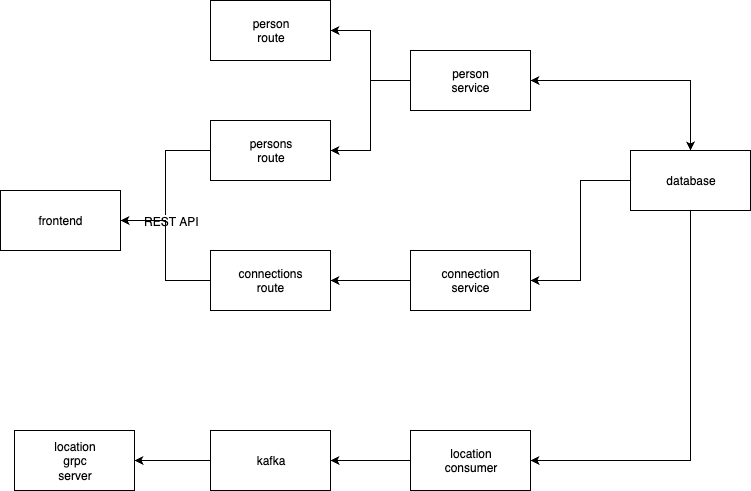
Before: docs/architecture_design.png, a diagram exported from draw.io (takahiro-impara/nd064-c2-message-passing-projects-starter). Source tidied: cells renumbered, new cells last; positions are measured from the earlier drawing's top-left corner, leaving out a move shared by most shapes.
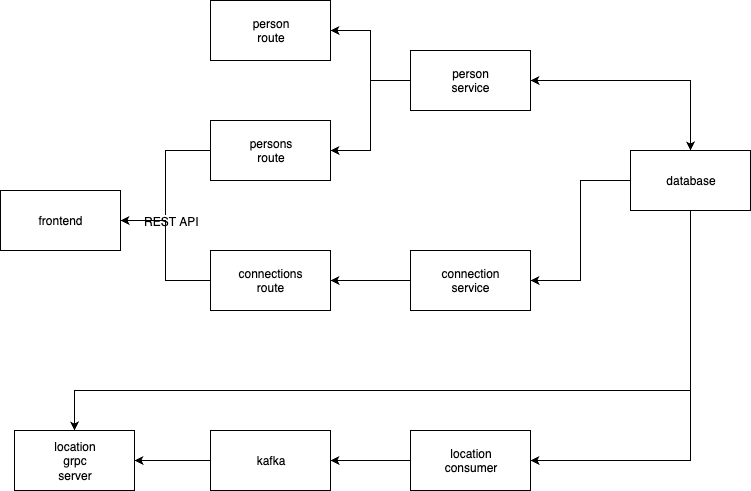
The same diagram one commit later.

Commit message:
mod architecture

The edit, as a diff of the source:
```diff
@@ -46,6 +46,14 @@
     <mxCell id="15" style="edgeStyle=orthogonalEdgeStyle;rounded=0;jettySize=auto;html=1;entryX=1;entryY=0.5;entryDx=0;entryDy=0;" parent="1" edge="1" source="16" target="13">
       <mxGeometry relative="1" as="geometry" />
     </mxCell>
+    <mxCell id="23" style="edgeStyle=orthogonalEdgeStyle;rounded=0;jettySize=auto;html=1;" parent="1" edge="1" source="16" target="22">
+      <mxGeometry relative="1" as="geometry">
+        <Array as="points">
+          <mxPoint x="690" y="390" />
+          <mxPoint x="74" y="390" />
+        </Array>
+      </mxGeometry>
+    </mxCell>
     <mxCell id="16" value="database" style="rounded=0;whiteSpace=wrap;html=1;" parent="1" vertex="1">
       <mxGeometry x="630" y="150" width="120" height="60" as="geometry" />
     </mxCell>
```
